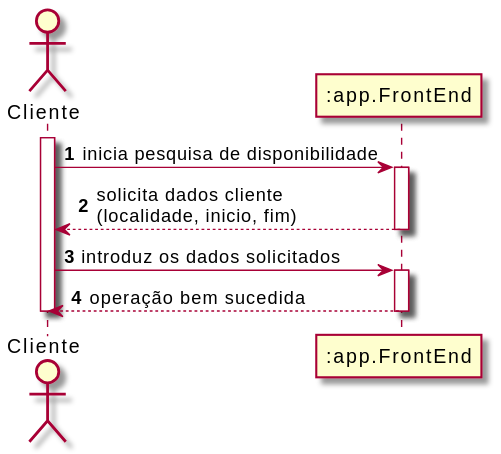
Earlier version of the PlantUML export Documentos/Sprint4/UC4/SSD_UC4.svg (UPskillDOTNET/Jakim-das-Coives-S.A.).
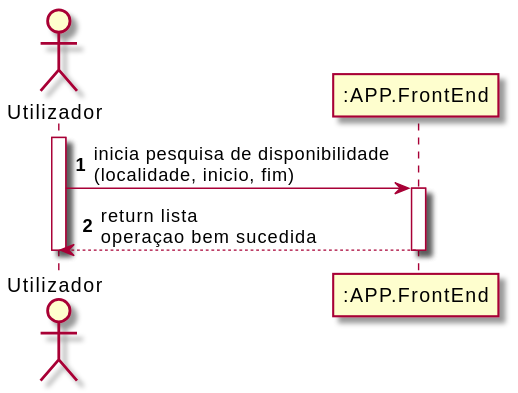
After the change.

What changed in the source:
```diff
@@ -1,19 +1,13 @@
 @startuml
 autonumber
-actor "Cliente" as UserNR
-participant ":app.FrontEnd" as APP
+actor "Utilizador" as UserNR
+participant ":APP.FrontEnd" as API
 
 activate UserNR
-UserNR -> "APP" : inicia pesquisa de disponibilidade
-activate "APP"
-"APP" --> UserNR : solicita dados cliente \n(localidade, inicio, fim)
-deactivate "APP"
-
-UserNR -> "APP" : introduz os dados solicitados
-activate "APP"
-
-"APP" --> UserNR : operação bem sucedida
-deactivate "APP"
+UserNR -> "API" : inicia pesquisa de disponibilidade \n(localidade, inicio, fim)
+activate "API"
+"API" --> UserNR : return lista \noperaçao bem sucedida
+deactivate "API"
 
 deactivate UserNR
 @enduml
```
